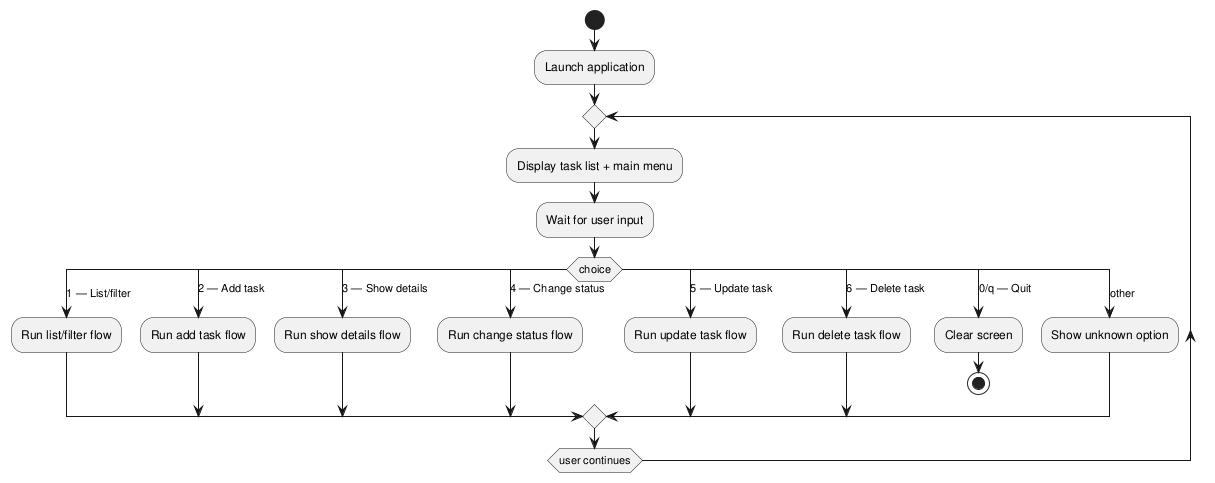
Earlier version of the PlantUML export experiments/supervisor_as_tools/structured_text/TODO/artifacts/activity_diagram.png (DanielRiha8906/Software_autoevolution_using_agents). The source it was exported from:
```plantuml
@startuml

start
:Launch application;

repeat
  :Display task list + main menu;
  :Wait for user input;

  switch (choice)
    case (1 — List/filter)
      :Run list/filter flow;
    case (2 — Add task)
      :Run add task flow;
    case (3 — Show details)
      :Run show details flow;
    case (4 — Change status)
      :Run change status flow;
    case (5 — Update task)
      :Run update task flow;
    case (6 — Delete task)
      :Run delete task flow;
    case (0/q — Quit)
      :Clear screen;
      stop
    case (other)
      :Show unknown option;
  endswitch

repeat while (user continues)

@enduml
```
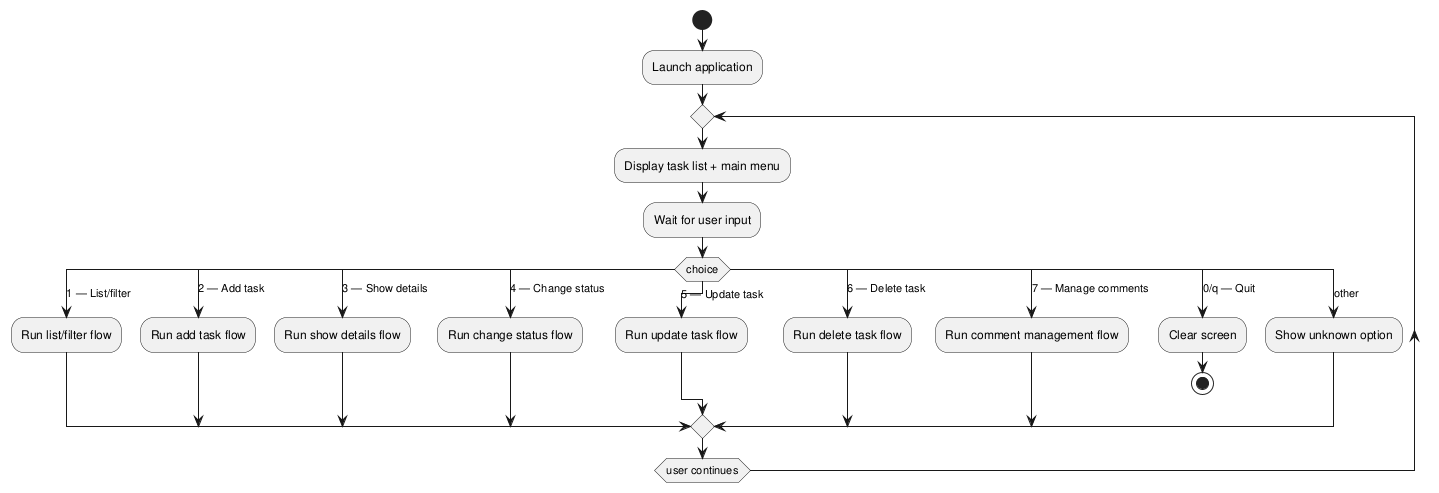
Above is the later version.

Change to the diagram source:
```diff
@@ -20,6 +20,8 @@
       :Run update task flow;
     case (6 — Delete task)
       :Run delete task flow;
+    case (7 — Manage comments)
+      :Run comment management flow;
     case (0/q — Quit)
       :Clear screen;
       stop
```
